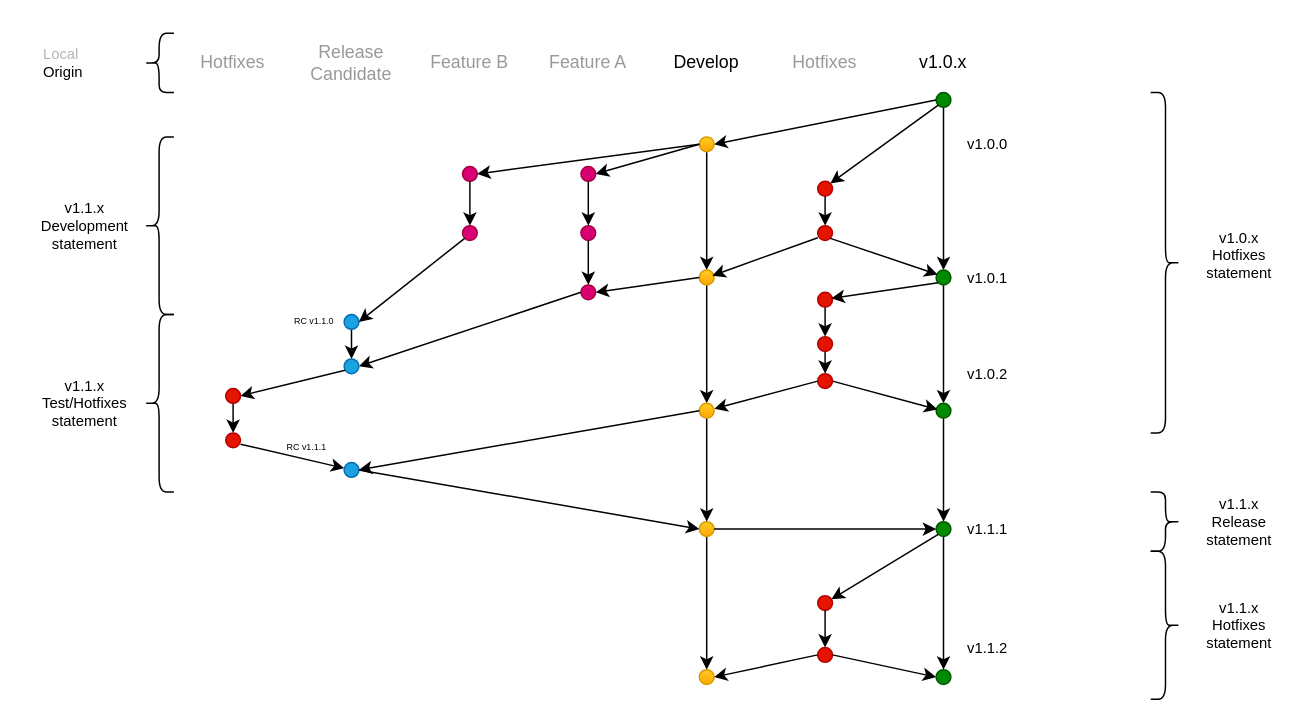
Before: page "Page-2" (2 of 2) of gitflow1.drawio in bigkernel/docs, a draw.io diagram. Source tidied: cells renumbered, new cells numbered last; positions are measured from the earlier drawing's top-left corner, leaving out a move shared by most shapes. Both pictures are drawn from the tidied source at 148%, with x=0, y=0 at pixel (40, 33).
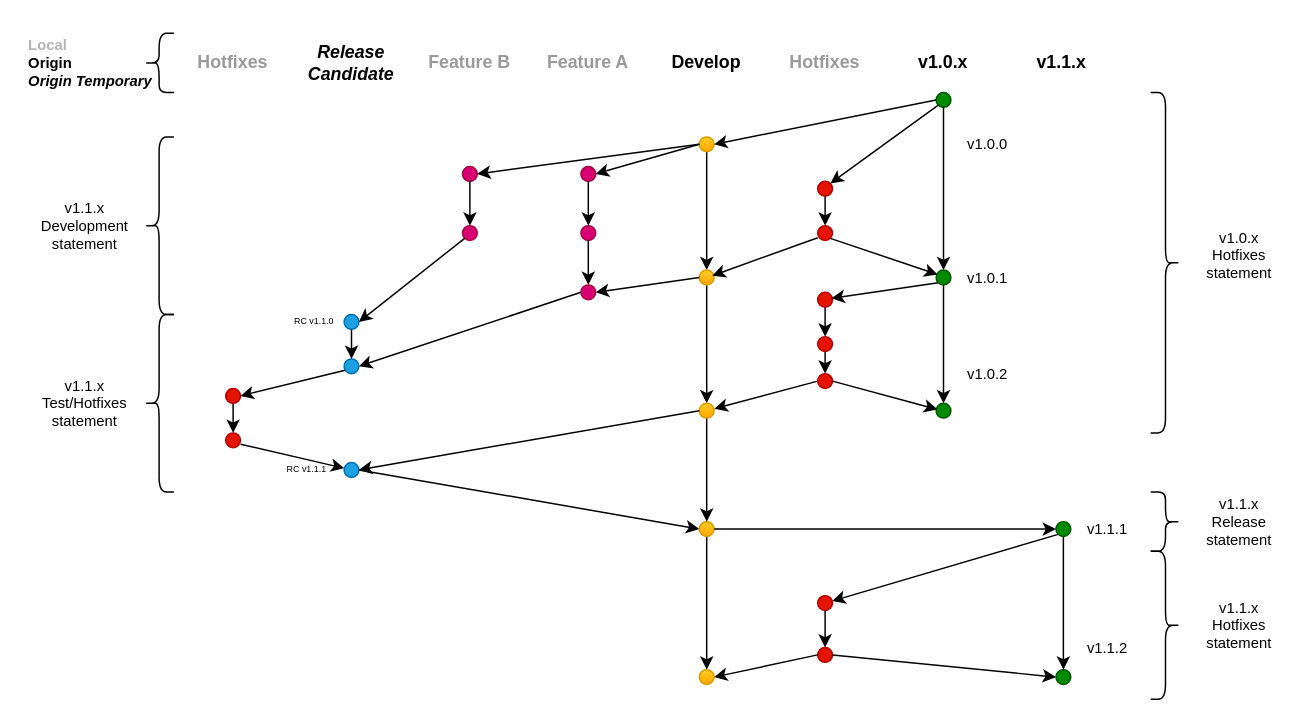
The same diagram, later.

Unchanged cells that the change refers to:
```xml
<mxCell id="58" style="ellipse;whiteSpace=wrap;html=1;fillColor=#008a00;strokeColor=#005700;fontColor=#ffffff;" parent="1" vertex="1">
  <mxGeometry x="605" y="250" width="10" height="10" as="geometry" />
</mxCell>
```

What changed in the source:
```diff
@@
-    <mxCell id="2" value="v1.0.x" style="text;html=1;strokeColor=none;fillColor=none;align=center;verticalAlign=middle;whiteSpace=wrap;rounded=0;" parent="1" vertex="1">
+    <mxCell id="2" value="v1.0.x" style="text;html=1;strokeColor=none;fillColor=none;align=center;verticalAlign=middle;whiteSpace=wrap;rounded=0;fontStyle=1;" parent="1" vertex="1">
       <mxGeometry x="590" y="10" width="40" height="20" as="geometry" />
     </mxCell>
-    <mxCell id="3" value="Release Candidate" style="text;html=1;strokeColor=none;fillColor=none;align=center;verticalAlign=middle;whiteSpace=wrap;rounded=0;fontColor=#999999;" parent="1" vertex="1">
+    <mxCell id="3" value="Release Candidate" style="text;html=1;strokeColor=none;fillColor=none;align=center;verticalAlign=middle;whiteSpace=wrap;rounded=0;fontStyle=3;" parent="1" vertex="1">
       <mxGeometry x="190" y="10" width="40" height="20" as="geometry" />
     </mxCell>
-    <mxCell id="4" value="Feature A" style="text;html=1;strokeColor=none;fillColor=none;align=center;verticalAlign=middle;whiteSpace=wrap;rounded=0;fontColor=#999999;" parent="1" vertex="1">
+    <mxCell id="4" value="Feature A" style="text;html=1;strokeColor=none;fillColor=none;align=center;verticalAlign=middle;whiteSpace=wrap;rounded=0;fontColor=#999999;fontStyle=1;" parent="1" vertex="1">
       <mxGeometry x="340" y="10" width="60" height="20" as="geometry" />
     </mxCell>
-    <mxCell id="5" value="Develop" style="text;html=1;strokeColor=none;fillColor=none;align=center;verticalAlign=middle;whiteSpace=wrap;rounded=0;" parent="1" vertex="1">
+    <mxCell id="5" value="Develop" style="text;html=1;strokeColor=none;fillColor=none;align=center;verticalAlign=middle;whiteSpace=wrap;rounded=0;fontStyle=1;" parent="1" vertex="1">
       <mxGeometry x="430" y="10" width="40" height="20" as="geometry" />
     </mxCell>
-    <mxCell id="6" value="Hotfixes" style="text;html=1;strokeColor=none;fillColor=none;align=center;verticalAlign=middle;whiteSpace=wrap;rounded=0;fontColor=#999999;" parent="1" vertex="1">
+    <mxCell id="6" value="Hotfixes" style="text;html=1;strokeColor=none;fillColor=none;align=center;verticalAlign=middle;whiteSpace=wrap;rounded=0;fontColor=#999999;fontStyle=1;" parent="1" vertex="1">
       <mxGeometry x="100" y="10" width="60" height="20" as="geometry" />
     </mxCell>
@@
-    <mxCell id="12" value="Feature B" style="text;html=1;strokeColor=none;fillColor=none;align=center;verticalAlign=middle;whiteSpace=wrap;rounded=0;fontColor=#999999;" parent="1" vertex="1">
+    <mxCell id="12" value="Feature B" style="text;html=1;strokeColor=none;fillColor=none;align=center;verticalAlign=middle;whiteSpace=wrap;rounded=0;fontColor=#999999;fontStyle=1;" parent="1" vertex="1">
       <mxGeometry x="260" y="10" width="60" height="20" as="geometry" />
     </mxCell>
@@
     <mxCell id="36" value="RC v1.1.1" style="text;html=1;strokeColor=none;fillColor=none;align=center;verticalAlign=middle;whiteSpace=wrap;rounded=0;fontSize=6;" parent="1" vertex="1">
-      <mxGeometry x="160" y="270" width="40" height="20" as="geometry" />
+      <mxGeometry x="160" y="285" width="40" height="20" as="geometry" />
     </mxCell>
@@
-    <mxCell id="44" value="Hotfixes" style="text;html=1;strokeColor=none;fillColor=none;align=center;verticalAlign=middle;whiteSpace=wrap;rounded=0;fontColor=#999999;" parent="1" vertex="1">
+    <mxCell id="44" value="Hotfixes" style="text;html=1;strokeColor=none;fillColor=none;align=center;verticalAlign=middle;whiteSpace=wrap;rounded=0;fontColor=#999999;fontStyle=1;" parent="1" vertex="1">
       <mxGeometry x="500" y="10" width="60" height="20" as="geometry" />
     </mxCell>
@@
-    <mxCell id="57" style="edgeStyle=none;rounded=0;jettySize=auto;html=1;fontSize=10;fontColor=#000000;" parent="1" edge="1" source="58" target="63">
-      <mxGeometry relative="1" as="geometry" />
-    </mxCell>
@@
     <mxCell id="63" style="ellipse;whiteSpace=wrap;html=1;fillColor=#008a00;strokeColor=#005700;fontColor=#ffffff;" parent="1" vertex="1">
-      <mxGeometry x="605" y="330" width="10" height="10" as="geometry" />
+      <mxGeometry x="686" y="330" width="10" height="10" as="geometry" />
     </mxCell>
@@
     <mxCell id="65" value="v1.1.1" style="text;html=1;strokeColor=none;fillColor=none;align=center;verticalAlign=middle;whiteSpace=wrap;rounded=0;fontSize=10;" parent="1" vertex="1">
-      <mxGeometry x="620" y="325" width="40" height="20" as="geometry" />
+      <mxGeometry x="701" y="325" width="40" height="20" as="geometry" />
     </mxCell>
@@
     <mxCell id="71" style="ellipse;whiteSpace=wrap;html=1;fillColor=#008a00;strokeColor=#005700;fontColor=#ffffff;" parent="1" vertex="1">
-      <mxGeometry x="605" y="430" width="10" height="10" as="geometry" />
+      <mxGeometry x="686" y="430" width="10" height="10" as="geometry" />
     </mxCell>
@@
     <mxCell id="74" value="v1.1.2" style="text;html=1;strokeColor=none;fillColor=none;align=center;verticalAlign=middle;whiteSpace=wrap;rounded=0;fontSize=10;" parent="1" vertex="1">
-      <mxGeometry x="620" y="405" width="40" height="20" as="geometry" />
+      <mxGeometry x="701" y="405" width="40" height="20" as="geometry" />
     </mxCell>
@@
-    <mxCell id="89" value="&lt;font color=&quot;#b3b3b3&quot;&gt;Local&lt;/font&gt;&lt;br&gt;Origin" style="text;html=1;strokeColor=none;fillColor=none;align=left;verticalAlign=middle;whiteSpace=wrap;rounded=0;fontSize=10;fontColor=#000000;" parent="1" vertex="1">
-      <mxGeometry width="60" height="40" as="geometry" />
-    </mxCell>
@@
+    <mxCell id="92" value="v1.1.x" style="text;html=1;strokeColor=none;fillColor=none;align=center;verticalAlign=middle;whiteSpace=wrap;rounded=0;fontStyle=1;" parent="1" vertex="1">
+      <mxGeometry x="670" y="10" width="40" height="20" as="geometry" />
+    </mxCell>
+    <mxCell id="93" value="&lt;font color=&quot;#b3b3b3&quot;&gt;Local&lt;/font&gt;&lt;br&gt;Origin&lt;br&gt;&lt;i&gt;Origin Temporary&lt;/i&gt;" style="text;html=1;strokeColor=none;fillColor=none;align=left;verticalAlign=middle;whiteSpace=wrap;rounded=0;fontSize=10;fontColor=#000000;fontStyle=1;" parent="1" vertex="1">
+      <mxGeometry x="-10" y="-5" width="100" height="50" as="geometry" />
+    </mxCell>
```
